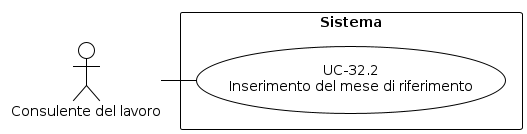
The PlantUML diagram RTB/Analisi dei Requisiti/diagrammi_use_case/UC-32.2.png in aLittleByte-19/Documentazione, before a commit.
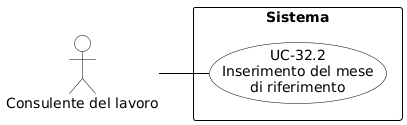
Above is the later version.

The edit, as a diff of the source:
```diff
@@ -1,21 +1,29 @@
 @startuml
-!theme plain
+skinparam shadowing false
+skinparam defaultFontName Arial
+left to right direction
+skinparam nodesep 15
+skinparam ranksep 50
+
 skinparam usecase {
-  BackgroundColor white
-  BorderColor black
+    BackgroundColor white
+    BorderColor black
+    ArrowColor black
 }
 skinparam actor {
-  BackgroundColor white
-  BorderColor black
+    BackgroundColor white
+    BorderColor black
 }
 skinparam rectangle {
-  BackgroundColor white
-  BorderColor black
+    BorderColor black
+    FontStyle bold
 }
-top to bottom direction
-actor "Consulente del lavoro" as C
+
+actor "Consulente del lavoro" as CL
+
 rectangle "Sistema" {
-  usecase "UC-32.2\nInserimento del mese di riferimento" as UC322
-  C - UC322
+    usecase "UC-32.2\nInserimento del mese\ndi riferimento" as UC32_2
 }
+
+CL -- UC32_2
 @enduml
```
